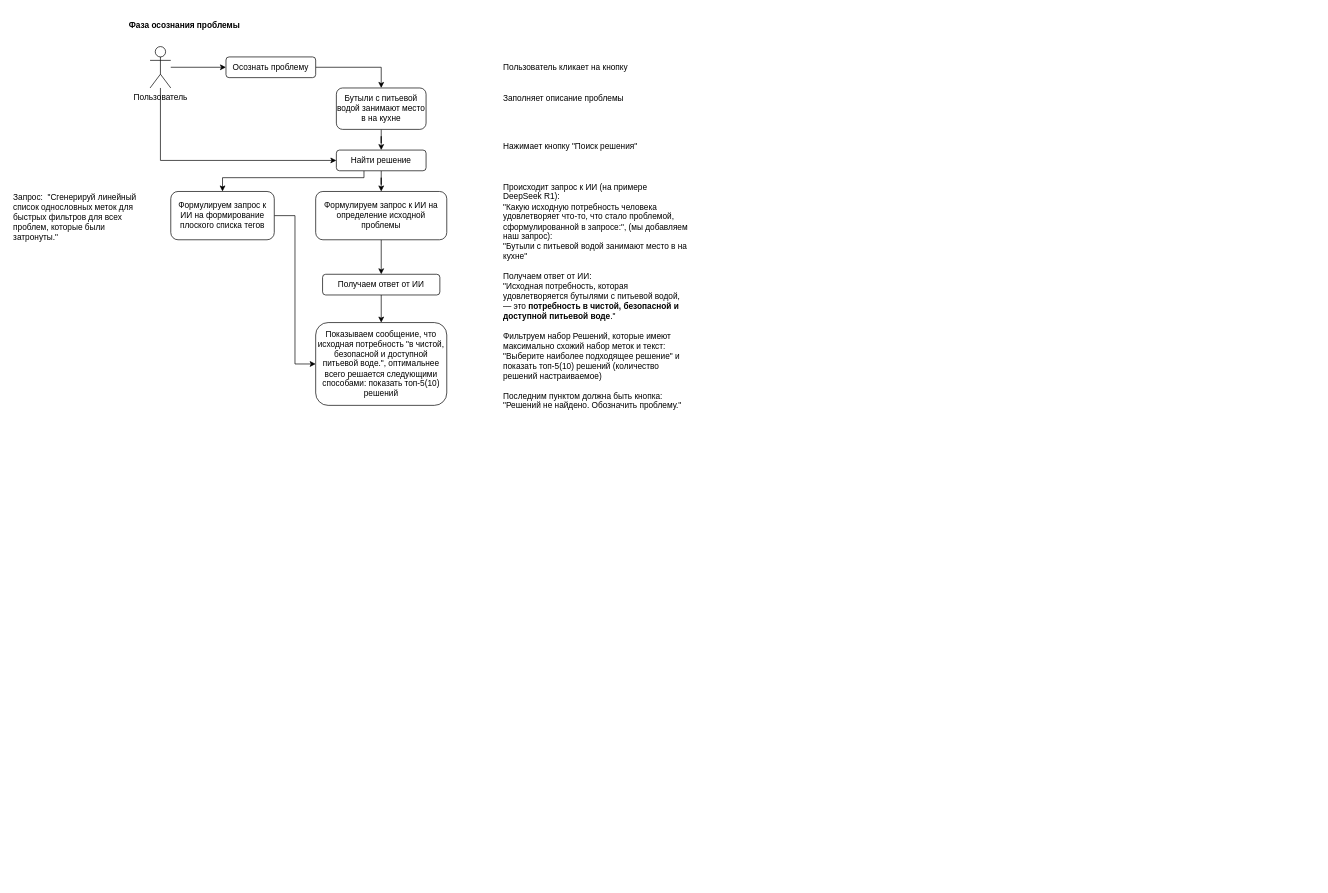
VladimirHulagov/suckless.space keeps this draw.io diagram as Untitled Diagram.drawio. Above is the earlier version. Source tidied: cells renumbered, new cells numbered last; positions are measured from the earlier drawing's top-left corner, leaving out a move shared by most shapes. Both pictures are drawn from the tidied source at 69%, with x=0, y=0 at pixel (12, 12).
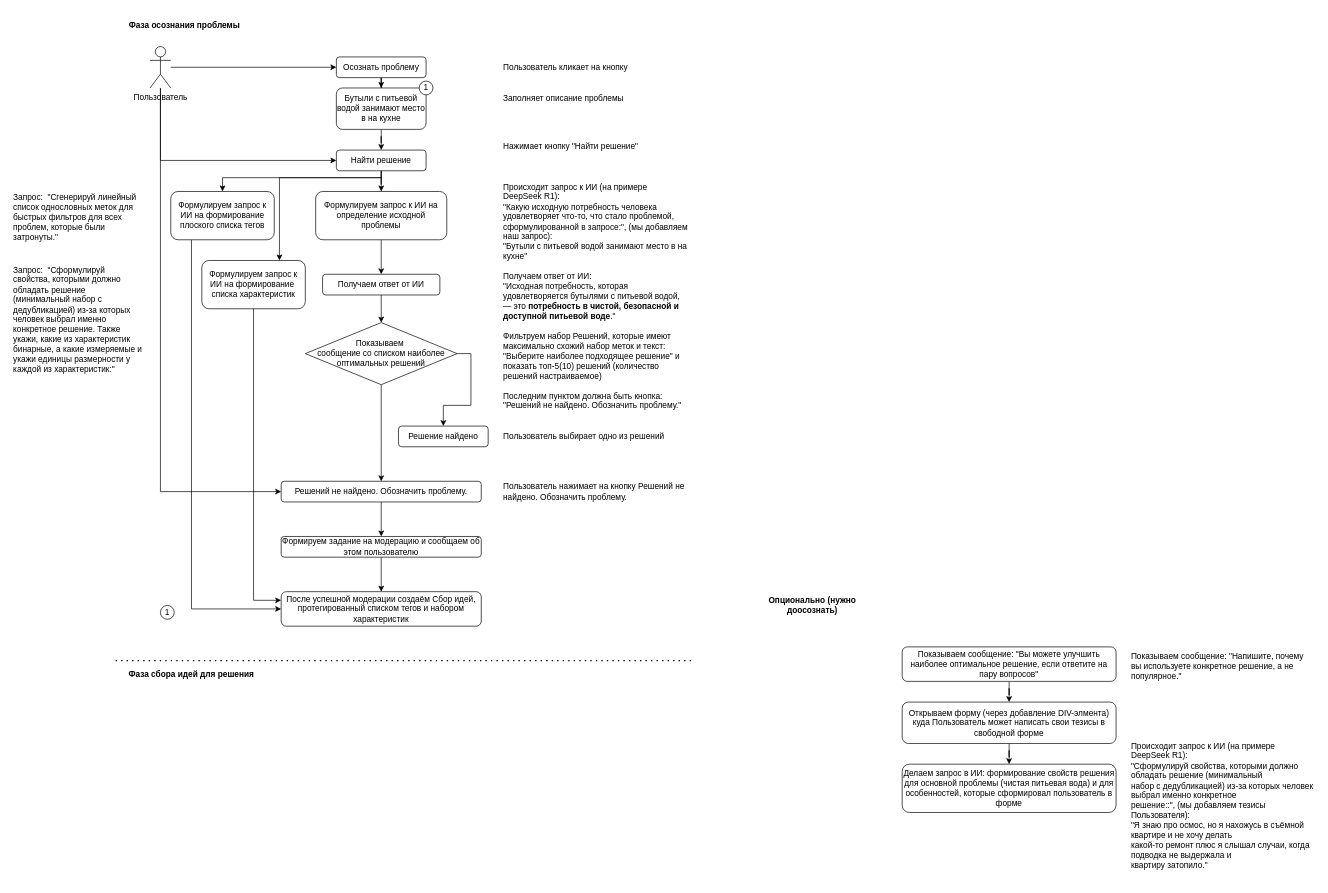
The same diagram, later.

Commit message:
Rename Diagram to Suckless Flowchart diagram and add issue definition flow.drawio

The change refers to these unchanged cells:
```xml
<mxCell id="10" value="&lt;div&gt;Пользователь&lt;/div&gt;" style="shape=umlActor;verticalLabelPosition=bottom;verticalAlign=top;html=1;outlineConnect=0;" parent="1" vertex="1">
  <mxGeometry x="200" y="50" width="30" height="60" as="geometry" />
</mxCell>
<mxCell id="17" value="Найти решение" style="rounded=1;whiteSpace=wrap;html=1;" parent="1" vertex="1">
  <mxGeometry x="470" y="200" width="130" height="30" as="geometry" />
</mxCell>
<mxCell id="20" value="Получаем ответ от ИИ" style="rounded=1;whiteSpace=wrap;html=1;" parent="1" vertex="1">
  <mxGeometry x="450" y="380" width="170" height="30" as="geometry" />
</mxCell>
<mxCell id="23" value="Формулируем запрос к ИИ на формирование плоского списка тегов" style="rounded=1;whiteSpace=wrap;html=1;" parent="1" vertex="1">
  <mxGeometry x="230" y="260" width="150" height="70" as="geometry" />
</mxCell>
```

The edit, as a diff of the source:
```diff
@@
     <mxCell id="3" value="&lt;div&gt;Осознать проблему&lt;/div&gt;" style="rounded=1;whiteSpace=wrap;html=1;" parent="1" vertex="1">
-      <mxGeometry x="310" y="65" width="130" height="30" as="geometry" />
+      <mxGeometry x="470" y="65" width="130" height="30" as="geometry" />
     </mxCell>
@@
-    <mxCell id="12" value="Нажимает кнопку &quot;Поиск решения&quot;" style="text;html=1;align=left;verticalAlign=middle;whiteSpace=wrap;rounded=0;" parent="1" vertex="1">
+    <mxCell id="12" value="Нажимает кнопку &quot;Найти решение&quot;" style="text;html=1;align=left;verticalAlign=middle;whiteSpace=wrap;rounded=0;" parent="1" vertex="1">
       <mxGeometry x="710" y="180" width="280" height="30" as="geometry" />
     </mxCell>
@@
-    <mxCell id="16" style="edgeStyle=orthogonalEdgeStyle;rounded=0;jettySize=auto;html=1;entryX=0.5;entryY=0;entryDx=0;entryDy=0;" parent="1" edge="1" source="17" target="23">
+    <mxCell id="16" style="edgeStyle=orthogonalEdgeStyle;rounded=0;jettySize=auto;html=1;entryX=0.5;entryY=0;entryDx=0;entryDy=0;exitX=0.5;exitY=1;exitDx=0;exitDy=0;" parent="1" edge="1" source="17" target="23">
       <mxGeometry relative="1" as="geometry">
         <Array as="points">
-          <mxPoint x="510" y="240" />
+          <mxPoint x="535" y="240" />
           <mxPoint x="305" y="240" />
         </Array>
       </mxGeometry>
     </mxCell>
+    <mxCell id="26" style="edgeStyle=orthogonalEdgeStyle;rounded=0;jettySize=auto;html=1;entryX=0.75;entryY=0;entryDx=0;entryDy=0;" parent="1" edge="1" source="17" target="50">
+      <mxGeometry relative="1" as="geometry">
+        <Array as="points">
+          <mxPoint x="535" y="240" />
+          <mxPoint x="388" y="240" />
+        </Array>
+      </mxGeometry>
+    </mxCell>
@@
-    <mxCell id="19" style="edgeStyle=orthogonalEdgeStyle;rounded=0;jettySize=auto;html=1;entryX=0.5;entryY=0;entryDx=0;entryDy=0;" parent="1" edge="1" source="20" target="25">
-      <mxGeometry relative="1" as="geometry" />
+    <mxCell id="19" style="edgeStyle=orthogonalEdgeStyle;rounded=0;jettySize=auto;html=1;entryX=0.5;entryY=0;entryDx=0;entryDy=0;" parent="1" edge="1" source="20">
+      <mxGeometry relative="1" as="geometry">
+        <mxPoint x="535" y="450" as="targetPoint" />
+      </mxGeometry>
     </mxCell>
@@
-    <mxCell id="22" style="edgeStyle=orthogonalEdgeStyle;rounded=0;jettySize=auto;html=1;entryX=0;entryY=0.5;entryDx=0;entryDy=0;" parent="1" edge="1" source="23" target="25">
-      <mxGeometry relative="1" as="geometry" />
-    </mxCell>
+    <mxCell id="27" style="edgeStyle=orthogonalEdgeStyle;rounded=0;jettySize=auto;html=1;entryX=0;entryY=0.5;entryDx=0;entryDy=0;" parent="1" edge="1" source="23" target="53">
+      <mxGeometry relative="1" as="geometry">
+        <Array as="points">
+          <mxPoint x="260" y="865" />
+        </Array>
+      </mxGeometry>
+    </mxCell>
@@
-    <mxCell id="25" value="Показываем сообщение, что исходная потребность &quot;в чистой, безопасной и доступной питьевой воде.&quot;, оптимальнее всего решается следующими способами: показать топ-5(10) решений" style="rounded=1;whiteSpace=wrap;html=1;" parent="1" vertex="1">
-      <mxGeometry x="440" y="450" width="190" height="120" as="geometry" />
-    </mxCell>
+    <mxCell id="28" value="&lt;div&gt;Фаза сбора идей для решения&lt;br&gt;&lt;/div&gt;" style="text;html=1;align=center;verticalAlign=middle;whiteSpace=wrap;rounded=0;fontStyle=1;" parent="1" vertex="1">
+      <mxGeometry x="160" y="940" width="200" height="40" as="geometry" />
+    </mxCell>
+    <mxCell id="29" style="endArrow=none;dashed=1;html=1;dashPattern=1 3;strokeWidth=2;rounded=0;" parent="1" edge="1">
+      <mxGeometry relative="1" as="geometry">
+        <mxPoint x="150" y="940" as="sourcePoint" />
+        <mxPoint x="990" y="940" as="targetPoint" />
+      </mxGeometry>
+    </mxCell>
+    <mxCell id="30" style="edgeStyle=orthogonalEdgeStyle;rounded=0;jettySize=auto;html=1;" parent="1" edge="1" source="31" target="37">
+      <mxGeometry relative="1" as="geometry" />
+    </mxCell>
+    <mxCell id="31" value="Показываем сообщение: &quot;Вы можете улучшить наиболее оптимальное решение, если ответите на пару вопросов&quot;  " style="rounded=1;whiteSpace=wrap;html=1;" parent="1" vertex="1">
+      <mxGeometry x="1290" y="920" width="310" height="50" as="geometry" />
+    </mxCell>
+    <mxCell id="32" style="edgeStyle=orthogonalEdgeStyle;rounded=0;jettySize=auto;html=1;entryX=0.5;entryY=0;entryDx=0;entryDy=0;" parent="1" edge="1" source="33" target="52">
+      <mxGeometry relative="1" as="geometry" />
+    </mxCell>
+    <mxCell id="33" value="Решений не найдено. Обозначить проблему." style="rounded=1;whiteSpace=wrap;html=1;" parent="1" vertex="1">
+      <mxGeometry x="390" y="680" width="290" height="30" as="geometry" />
+    </mxCell>
+    <mxCell id="34" style="edgeStyle=orthogonalEdgeStyle;rounded=0;jettySize=auto;html=1;entryX=0;entryY=0.5;entryDx=0;entryDy=0;" parent="1" edge="1" source="10" target="33">
+      <mxGeometry relative="1" as="geometry">
+        <Array as="points">
+          <mxPoint x="215" y="695" />
+        </Array>
+      </mxGeometry>
+    </mxCell>
+    <mxCell id="35" value="&lt;div&gt;Происходит запрос к ИИ (на примере DeepSeek R1):&lt;/div&gt;&lt;div&gt;&quot;Сформулируй свойства, которыми должно обладать решение (минимальный &lt;br/&gt;набор с дедубликацией) из-за которых человек выбрал именно конкретное &lt;br/&gt;решение::&quot;, (мы добавляем тезисы Пользователя):&lt;br&gt;&quot;Я знаю про осмос, но я нахожусь в съёмной квартире и не хочу делать &lt;br/&gt;какой-то ремонт плюс я слышал случаи, когда подводка не выдержала и &lt;br/&gt;квартиру затопило.&quot;&lt;br&gt;&lt;/div&gt;" style="text;html=1;align=left;verticalAlign=top;whiteSpace=wrap;rounded=0;" parent="1" vertex="1">
+      <mxGeometry x="1620" y="1050" width="270" height="210" as="geometry" />
+    </mxCell>
+    <mxCell id="36" style="edgeStyle=orthogonalEdgeStyle;rounded=0;jettySize=auto;html=1;entryX=0.5;entryY=0;entryDx=0;entryDy=0;" parent="1" edge="1" source="37" target="38">
+      <mxGeometry relative="1" as="geometry" />
+    </mxCell>
+    <mxCell id="37" value="Открываем форму (через добавление DIV-элмента) куда Пользователь может написать свои тезисы в свободной форме" style="rounded=1;whiteSpace=wrap;html=1;" parent="1" vertex="1">
+      <mxGeometry x="1290" y="1000" width="310" height="60" as="geometry" />
+    </mxCell>
+    <mxCell id="38" value="Делаем запрос в ИИ: формирование свойств решения для основной проблемы (чистая питьевая вода) и для особенностей, которые сформировал пользователь в форме" style="rounded=1;whiteSpace=wrap;html=1;verticalAlign=top;" parent="1" vertex="1">
+      <mxGeometry x="1290" y="1090" width="310" height="70" as="geometry" />
+    </mxCell>
+    <mxCell id="39" value="Показываем сообщение: &quot;Напишите, почему вы используете конкретное решение, а не популярное.&quot;" style="text;html=1;align=left;verticalAlign=top;whiteSpace=wrap;rounded=0;" parent="1" vertex="1">
+      <mxGeometry x="1620" y="920" width="270" height="80" as="geometry" />
+    </mxCell>
+    <mxCell id="40" value="Решение найдено" style="rounded=1;whiteSpace=wrap;html=1;" parent="1" vertex="1">
+      <mxGeometry x="560" y="600" width="130" height="30" as="geometry" />
+    </mxCell>
+    <mxCell id="41" style="edgeStyle=orthogonalEdgeStyle;rounded=0;jettySize=auto;html=1;entryX=0.5;entryY=0;entryDx=0;entryDy=0;" parent="1" edge="1" source="43" target="33">
+      <mxGeometry relative="1" as="geometry">
+        <Array as="points">
+          <mxPoint x="535" y="630" />
+          <mxPoint x="535" y="630" />
+        </Array>
+      </mxGeometry>
+    </mxCell>
+    <mxCell id="42" style="edgeStyle=orthogonalEdgeStyle;rounded=0;jettySize=auto;html=1;entryX=0.5;entryY=0;entryDx=0;entryDy=0;exitX=1;exitY=0.5;exitDx=0;exitDy=0;" parent="1" edge="1" source="43" target="40">
+      <mxGeometry relative="1" as="geometry">
+        <Array as="points">
+          <mxPoint x="665" y="495" />
+          <mxPoint x="665" y="570" />
+          <mxPoint x="625" y="570" />
+        </Array>
+      </mxGeometry>
+    </mxCell>
+    <mxCell id="43" value="&lt;div&gt;Показываем&amp;nbsp;&lt;/div&gt;&lt;div&gt;сообщение со списком наиболее оптимальных решений&lt;/div&gt;" style="rhombus;whiteSpace=wrap;html=1;" parent="1" vertex="1">
+      <mxGeometry x="425" y="450" width="220" height="90" as="geometry" />
+    </mxCell>
+    <mxCell id="44" value="Пользователь выбирает одно из решений" style="text;html=1;align=left;verticalAlign=middle;whiteSpace=wrap;rounded=0;" parent="1" vertex="1">
+      <mxGeometry x="710" y="600" width="280" height="30" as="geometry" />
+    </mxCell>
+    <mxCell id="45" value="Пользователь нажимает на кнопку Решений не найдено. Обозначить проблему." style="text;html=1;align=left;verticalAlign=middle;whiteSpace=wrap;rounded=0;" parent="1" vertex="1">
+      <mxGeometry x="710" y="680" width="280" height="30" as="geometry" />
+    </mxCell>
+    <mxCell id="46" value="1" style="ellipse;whiteSpace=wrap;html=1;" parent="1" vertex="1">
+      <mxGeometry x="590" y="100" width="20" height="20" as="geometry" />
+    </mxCell>
+    <mxCell id="47" value="1" style="ellipse;whiteSpace=wrap;html=1;" parent="1" vertex="1">
+      <mxGeometry x="215" y="860" width="20" height="20" as="geometry" />
+    </mxCell>
+    <mxCell id="48" value="&lt;div&gt;Запрос:&amp;nbsp; &quot;Сформулируй свойства, которыми должно обладать решение (минимальный набор с дедубликацией) из-за которых человек выбрал именно конкретное решение. Также укажи, какие из характеристик бинарные, а какие измеряемые и укажи единицы размерности у каждой из характеристик:&quot;&lt;/div&gt;" style="text;whiteSpace=wrap;html=1;" parent="1" vertex="1">
+      <mxGeometry y="360" width="190" height="180" as="geometry" />
+    </mxCell>
+    <mxCell id="49" style="edgeStyle=orthogonalEdgeStyle;rounded=0;jettySize=auto;html=1;entryX=0;entryY=0.25;entryDx=0;entryDy=0;" parent="1" edge="1" source="50" target="53">
+      <mxGeometry relative="1" as="geometry" />
+    </mxCell>
+    <mxCell id="50" value="Формулируем запрос к ИИ на формирование&amp;nbsp; списка характеристик" style="rounded=1;whiteSpace=wrap;html=1;" parent="1" vertex="1">
+      <mxGeometry x="275" y="360" width="150" height="70" as="geometry" />
+    </mxCell>
+    <mxCell id="51" style="edgeStyle=orthogonalEdgeStyle;rounded=0;jettySize=auto;html=1;entryX=0.5;entryY=0;entryDx=0;entryDy=0;" parent="1" edge="1" source="52" target="53">
+      <mxGeometry relative="1" as="geometry" />
+    </mxCell>
+    <mxCell id="52" value="Формируем задание на модерацию и сообщаем об этом пользователю" style="rounded=1;whiteSpace=wrap;html=1;" parent="1" vertex="1">
+      <mxGeometry x="390" y="760" width="290" height="30" as="geometry" />
+    </mxCell>
+    <mxCell id="53" value="&lt;div&gt;После успешной модерации создаём Сбор идей, протегированный списком тегов и набором характеристик&lt;/div&gt;" style="rounded=1;whiteSpace=wrap;html=1;" parent="1" vertex="1">
+      <mxGeometry x="390" y="840" width="290" height="50" as="geometry" />
+    </mxCell>
+    <mxCell id="54" value="Опционально (нужно доосознать)" style="text;html=1;align=center;verticalAlign=middle;whiteSpace=wrap;rounded=0;fontStyle=1;" parent="1" vertex="1">
+      <mxGeometry x="1060" y="840" width="200" height="40" as="geometry" />
+    </mxCell>
```
